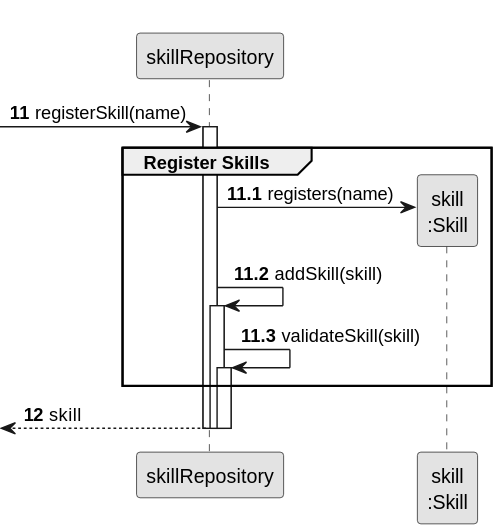
This is docs/sprintB/us001/03.design/svg/us001-sequence-diagram-partial-register-skills.svg from diogoveirospro/lei-24-s2-1dg-g072, a PlantUML export, as it was before one commit.
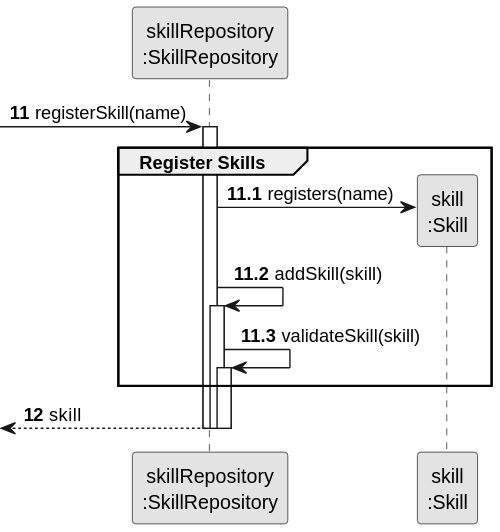
After the commit.

Diff of the diagram source:
```diff
@@ -3,7 +3,7 @@
 skinparam packageStyle rectangle
 skinparam shadowing false
 
-participant "skillRepository" as SREP
+participant "skillRepository\n:SkillRepository" as SREP
 participant "skill\n:Skill" as SKILL
 
 autonumber 11
```
